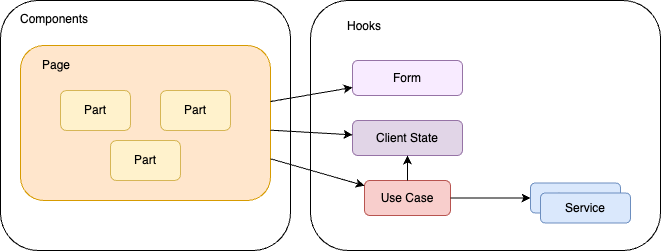
This is example-app/SantokuApp/.attachments/stereotype.drawio.png from ws-4020/mobile-app-crib-notes, a draw.io export, as it was before one commit. Source tidied: cells renumbered, new cells last; positions are measured from the earlier drawing's top-left corner, leaving out a move shared by most shapes.
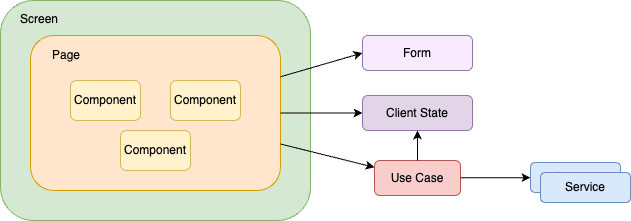
After the change.

Change to the diagram source:
```diff
@@ -2,29 +2,26 @@
   <root>
     <mxCell id="0" />
     <mxCell id="1" parent="0" />
-    <mxCell id="2" value="Components" style="rounded=1;whiteSpace=wrap;html=1;align=left;verticalAlign=top;spacingLeft=18;spacingBottom=0;spacingTop=5;" parent="1" vertex="1">
-      <mxGeometry width="290" height="250" as="geometry" />
+    <mxCell id="2" value="Screen" style="rounded=1;whiteSpace=wrap;html=1;align=left;verticalAlign=top;spacingLeft=18;spacingBottom=0;spacingTop=5;fillColor=#d5e8d4;strokeColor=#82b366;" parent="1" vertex="1">
+      <mxGeometry x="-10" y="10" width="310" height="220" as="geometry" />
     </mxCell>
     <mxCell id="3" value="Page" style="rounded=1;whiteSpace=wrap;html=1;align=left;verticalAlign=top;spacingLeft=20;spacingTop=6;fillColor=#ffe6cc;strokeColor=#d79b00;" parent="1" vertex="1">
       <mxGeometry x="20" y="45" width="250" height="155" as="geometry" />
     </mxCell>
-    <mxCell id="4" value="Part" style="rounded=1;whiteSpace=wrap;html=1;fillColor=#fff2cc;strokeColor=#d6b656;" parent="1" vertex="1">
+    <mxCell id="4" value="Component" style="rounded=1;whiteSpace=wrap;html=1;fillColor=#fff2cc;strokeColor=#d6b656;" parent="1" vertex="1">
       <mxGeometry x="110" y="140" width="70" height="40" as="geometry" />
     </mxCell>
-    <mxCell id="5" value="Part" style="rounded=1;whiteSpace=wrap;html=1;fillColor=#fff2cc;strokeColor=#d6b656;" parent="1" vertex="1">
+    <mxCell id="5" value="Component" style="rounded=1;whiteSpace=wrap;html=1;fillColor=#fff2cc;strokeColor=#d6b656;" parent="1" vertex="1">
       <mxGeometry x="160" y="90" width="70" height="40" as="geometry" />
     </mxCell>
-    <mxCell id="6" value="Part" style="rounded=1;whiteSpace=wrap;html=1;fillColor=#fff2cc;strokeColor=#d6b656;" parent="1" vertex="1">
+    <mxCell id="6" value="Component" style="rounded=1;whiteSpace=wrap;html=1;fillColor=#fff2cc;strokeColor=#d6b656;" parent="1" vertex="1">
       <mxGeometry x="60" y="90" width="70" height="40" as="geometry" />
     </mxCell>
-    <mxCell id="7" value="Hooks" style="rounded=1;whiteSpace=wrap;html=1;align=left;verticalAlign=top;spacingLeft=35;spacingBottom=0;spacingTop=12;" parent="1" vertex="1">
-      <mxGeometry x="310" width="350" height="250" as="geometry" />
-    </mxCell>
     <mxCell id="8" value="Use Case" style="rounded=1;whiteSpace=wrap;html=1;fillColor=#f8cecc;strokeColor=#b85450;" parent="1" vertex="1">
-      <mxGeometry x="364" y="180" width="86" height="35" as="geometry" />
+      <mxGeometry x="364" y="170" width="86" height="35" as="geometry" />
     </mxCell>
     <mxCell id="9" value="Service" style="rounded=1;whiteSpace=wrap;html=1;fillColor=#dae8fc;strokeColor=#6c8ebf;" parent="1" vertex="1">
-      <mxGeometry x="530" y="182.5" width="90" height="30" as="geometry" />
+      <mxGeometry x="520" y="172" width="90" height="30" as="geometry" />
     </mxCell>
     <mxCell id="10" style="endArrow=classic;html=1;rounded=0;" parent="1" edge="1" source="3" target="8">
       <mxGeometry relative="1" as="geometry" />
@@ -33,7 +30,7 @@
       <mxGeometry relative="1" as="geometry" />
     </mxCell>
     <mxCell id="12" value="Client State" style="rounded=1;whiteSpace=wrap;html=1;fillColor=#e1d5e7;strokeColor=#9673a6;" parent="1" vertex="1">
-      <mxGeometry x="352" y="120" width="110" height="35" as="geometry" />
+      <mxGeometry x="352" y="105" width="110" height="35" as="geometry" />
     </mxCell>
     <mxCell id="13" style="endArrow=classic;html=1;rounded=0;" parent="1" edge="1" source="8" target="12">
       <mxGeometry relative="1" as="geometry" />
@@ -42,13 +39,13 @@
       <mxGeometry relative="1" as="geometry" />
     </mxCell>
     <mxCell id="15" value="Form" style="rounded=1;whiteSpace=wrap;html=1;fillColor=#F8EBFF;strokeColor=#9673a6;" parent="1" vertex="1">
-      <mxGeometry x="352" y="60" width="110" height="35" as="geometry" />
+      <mxGeometry x="352" y="45" width="110" height="35" as="geometry" />
     </mxCell>
-    <mxCell id="16" style="endArrow=classic;html=1;rounded=0;" parent="1" edge="1" source="3" target="15">
+    <mxCell id="16" style="endArrow=classic;html=1;rounded=0;entryX=0;entryY=0.5;entryDx=0;entryDy=0;" parent="1" edge="1" source="3" target="15">
       <mxGeometry relative="1" as="geometry" />
     </mxCell>
     <mxCell id="17" value="Service" style="rounded=1;whiteSpace=wrap;html=1;fillColor=#dae8fc;strokeColor=#6c8ebf;" parent="1" vertex="1">
-      <mxGeometry x="540" y="192.5" width="90" height="30" as="geometry" />
+      <mxGeometry x="530" y="182" width="90" height="30" as="geometry" />
     </mxCell>
   </root>
 </mxGraphModel>
```
